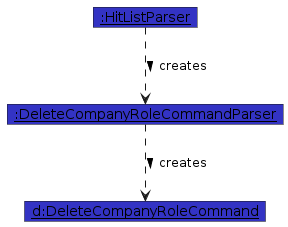
This is diagrams/delete-role/RoleDeleteParsing.png from AY2526S2-CS2103T-W11-2/tp, a PlantUML export, as it was before one commit. Its source is kept beside it as diagrams/delete-role/RoleDeleteParsing.puml. The source it was exported from:
```plantuml
@startuml
!include ../style.puml
skinparam ArrowFontStyle plain

show objects

object "<u>:HitListParser</u>" as HitListParser LOGIC_COLOR
object "<u>:DeleteCompanyRoleCommandParser</u>" as Parser LOGIC_COLOR
object "<u>d:DeleteCompanyRoleCommand</u>" as Command LOGIC_COLOR

HitListParser ..> Parser : creates >
Parser ..> Command : creates >

Command : targetCompanyName = "Google"
Command : targetRoleName = "Software Engineer"
@enduml
```
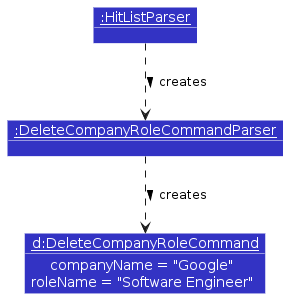
Above is the later version.

What changed in the source:
```diff
@@ -2,7 +2,13 @@
 !include ../style.puml
 skinparam ArrowFontStyle plain
 
+skinparam shadowing false
+skinparam ObjectFontColor #FFFFFF
+skinparam ObjectAttributeFontColor #FFFFFF
+skinparam ObjectBorderColor #FFFFFF
+
 show objects
+show members
 
 object "<u>:HitListParser</u>" as HitListParser LOGIC_COLOR
 object "<u>:DeleteCompanyRoleCommandParser</u>" as Parser LOGIC_COLOR
@@ -11,6 +17,6 @@
 HitListParser ..> Parser : creates >
 Parser ..> Command : creates >
 
-Command : targetCompanyName = "Google"
-Command : targetRoleName = "Software Engineer"
+Command : companyName = "Google"
+Command : roleName = "Software Engineer"
 @enduml
```
